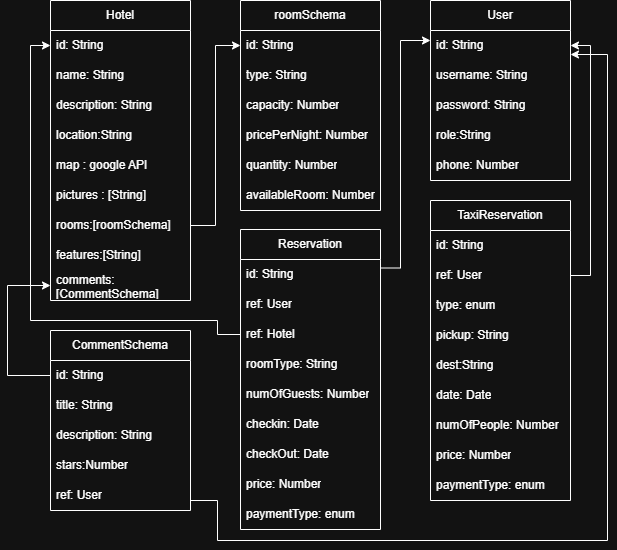
This is ERD.png from HawraMohammed/Hotel-Booking-System, a draw.io export, as it was before one commit. Source tidied: cells renumbered, new cells last; positions are measured from the earlier drawing's top-left corner, leaving out a move shared by most shapes.
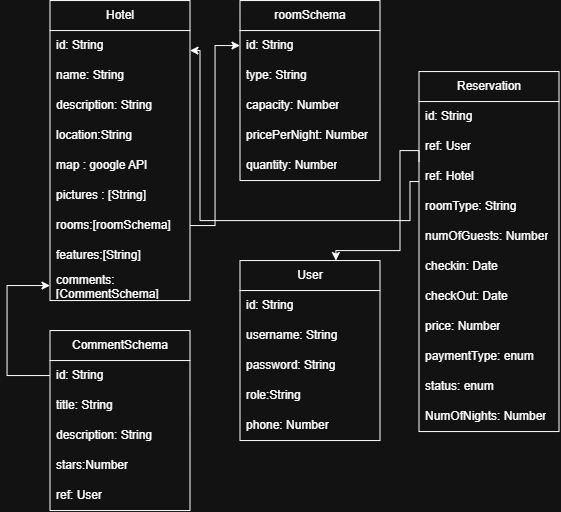
The same diagram one commit later.

Commit message:
update ERD diagram

What changed in the source:
```diff
@@ -33,7 +33,7 @@
       <mxGeometry y="270" width="140" height="30" as="geometry" />
     </mxCell>
     <mxCell id="12" value="roomSchema" style="swimlane;fontStyle=0;horizontal=1;startSize=30;whiteSpace=wrap;html=1;" parent="1" vertex="1">
-      <mxGeometry x="233" width="140" height="210" as="geometry" />
+      <mxGeometry x="233" width="140" height="180" as="geometry" />
     </mxCell>
     <mxCell id="13" value="id: String" style="text;strokeColor=none;fillColor=none;align=left;verticalAlign=middle;spacingLeft=4;spacingRight=4;overflow=hidden;points=[[0,0.5],[1,0.5]];portConstraint=eastwest;whiteSpace=wrap;html=1;" parent="12" vertex="1">
       <mxGeometry y="30" width="140" height="30" as="geometry" />
@@ -50,14 +50,11 @@
     <mxCell id="17" value="quantity: Number" style="text;strokeColor=none;fillColor=none;align=left;verticalAlign=middle;spacingLeft=4;spacingRight=4;overflow=hidden;whiteSpace=wrap;html=1;" parent="12" vertex="1">
       <mxGeometry y="150" width="140" height="30" as="geometry" />
     </mxCell>
-    <mxCell id="18" value="availableRoom: Number" style="text;strokeColor=none;fillColor=none;align=left;verticalAlign=middle;spacingLeft=4;spacingRight=4;overflow=hidden;whiteSpace=wrap;html=1;" parent="12" vertex="1">
-      <mxGeometry y="180" width="140" height="30" as="geometry" />
-    </mxCell>
     <mxCell id="19" style="edgeStyle=orthogonalEdgeStyle;rounded=0;jettySize=auto;html=1;exitX=1;exitY=0.5;exitDx=0;exitDy=0;" parent="1" edge="1" source="9" target="13">
       <mxGeometry relative="1" as="geometry" />
     </mxCell>
     <mxCell id="20" value="User" style="swimlane;fontStyle=0;horizontal=1;startSize=30;whiteSpace=wrap;html=1;" parent="1" vertex="1">
-      <mxGeometry x="423" width="140" height="180" as="geometry" />
+      <mxGeometry x="233" y="260" width="140" height="180" as="geometry" />
     </mxCell>
     <mxCell id="21" value="id: String" style="text;strokeColor=none;fillColor=none;align=left;verticalAlign=middle;spacingLeft=4;spacingRight=4;overflow=hidden;whiteSpace=wrap;html=1;" parent="20" vertex="1">
       <mxGeometry y="30" width="140" height="30" as="geometry" />
@@ -74,17 +71,18 @@
     <mxCell id="25" value="phone: Number" style="text;strokeColor=none;fillColor=none;align=left;verticalAlign=middle;spacingLeft=4;spacingRight=4;overflow=hidden;whiteSpace=wrap;html=1;" parent="20" vertex="1">
       <mxGeometry y="150" width="140" height="30" as="geometry" />
     </mxCell>
-    <mxCell id="26" style="edgeStyle=orthogonalEdgeStyle;rounded=0;jettySize=auto;html=1;exitX=1;exitY=0.25;exitDx=0;exitDy=0;" parent="1" edge="1" source="27">
-      <mxGeometry relative="1" as="geometry">
-        <mxPoint x="423" y="40" as="targetPoint" />
-        <Array as="points">
-          <mxPoint x="393" y="267.5" />
-          <mxPoint x="393" y="40" />
-        </Array>
-      </mxGeometry>
-    </mxCell>
+    <mxCell id="57" style="edgeStyle=orthogonalEdgeStyle;rounded=0;jettySize=auto;html=1;exitX=0;exitY=0.25;exitDx=0;exitDy=0;entryX=0.685;entryY=0;entryDx=0;entryDy=0;entryPerimeter=0;" parent="1" edge="1" source="27" target="20">
+      <mxGeometry relative="1" as="geometry">
+        <Array as="points">
+          <mxPoint x="412" y="150.1" />
+          <mxPoint x="393" y="150.1" />
+          <mxPoint x="393" y="250.1" />
+          <mxPoint x="328.9" y="250.1" />
+        </Array>
+      </mxGeometry>
+    </mxCell>
     <mxCell id="27" value="Reservation" style="swimlane;fontStyle=0;horizontal=1;startSize=30;whiteSpace=wrap;html=1;" parent="1" vertex="1">
-      <mxGeometry x="233" y="229" width="140" height="300" as="geometry" />
+      <mxGeometry x="412" y="71" width="140" height="360" as="geometry" />
     </mxCell>
     <mxCell id="28" value="id: String" style="text;strokeColor=none;fillColor=none;align=left;verticalAlign=middle;spacingLeft=4;spacingRight=4;overflow=hidden;whiteSpace=wrap;html=1;" parent="27" vertex="1">
       <mxGeometry y="30" width="140" height="30" as="geometry" />
@@ -113,49 +111,12 @@
     <mxCell id="36" value="paymentType: enum" style="text;strokeColor=none;fillColor=none;align=left;verticalAlign=middle;spacingLeft=4;spacingRight=4;overflow=hidden;whiteSpace=wrap;html=1;" parent="27" vertex="1">
       <mxGeometry y="270" width="140" height="30" as="geometry" />
     </mxCell>
-    <mxCell id="37" style="edgeStyle=orthogonalEdgeStyle;rounded=0;jettySize=auto;html=1;exitX=1;exitY=0.25;exitDx=0;exitDy=0;entryX=1;entryY=0.25;entryDx=0;entryDy=0;" parent="1" edge="1" source="38" target="20">
-      <mxGeometry relative="1" as="geometry" />
-    </mxCell>
-    <mxCell id="38" value="TaxiReservation" style="swimlane;fontStyle=0;horizontal=1;startSize=30;whiteSpace=wrap;html=1;" parent="1" vertex="1">
-      <mxGeometry x="423" y="200" width="140" height="300" as="geometry" />
-    </mxCell>
-    <mxCell id="39" value="id: String" style="text;strokeColor=none;fillColor=none;align=left;verticalAlign=middle;spacingLeft=4;spacingRight=4;overflow=hidden;whiteSpace=wrap;html=1;" parent="38" vertex="1">
-      <mxGeometry y="30" width="140" height="30" as="geometry" />
-    </mxCell>
-    <mxCell id="40" value="ref: User" style="text;strokeColor=none;fillColor=none;align=left;verticalAlign=middle;spacingLeft=4;spacingRight=4;overflow=hidden;whiteSpace=wrap;html=1;" parent="38" vertex="1">
-      <mxGeometry y="60" width="140" height="30" as="geometry" />
-    </mxCell>
-    <mxCell id="41" value="type: enum" style="text;strokeColor=none;fillColor=none;align=left;verticalAlign=middle;spacingLeft=4;spacingRight=4;overflow=hidden;whiteSpace=wrap;html=1;" parent="38" vertex="1">
-      <mxGeometry y="90" width="140" height="30" as="geometry" />
-    </mxCell>
-    <mxCell id="42" value="pickup: String" style="text;strokeColor=none;fillColor=none;align=left;verticalAlign=middle;spacingLeft=4;spacingRight=4;overflow=hidden;whiteSpace=wrap;html=1;" parent="38" vertex="1">
-      <mxGeometry y="120" width="140" height="30" as="geometry" />
-    </mxCell>
-    <mxCell id="43" value="dest:String" style="text;strokeColor=none;fillColor=none;align=left;verticalAlign=middle;spacingLeft=4;spacingRight=4;overflow=hidden;whiteSpace=wrap;html=1;" parent="38" vertex="1">
-      <mxGeometry y="150" width="140" height="30" as="geometry" />
-    </mxCell>
-    <mxCell id="44" value="date: Date" style="text;strokeColor=none;fillColor=none;align=left;verticalAlign=middle;spacingLeft=4;spacingRight=4;overflow=hidden;whiteSpace=wrap;html=1;" parent="38" vertex="1">
-      <mxGeometry y="180" width="140" height="30" as="geometry" />
-    </mxCell>
-    <mxCell id="45" value="numOfPeople: Number" style="text;strokeColor=none;fillColor=none;align=left;verticalAlign=middle;spacingLeft=4;spacingRight=4;overflow=hidden;whiteSpace=wrap;html=1;" parent="38" vertex="1">
-      <mxGeometry y="210" width="140" height="30" as="geometry" />
-    </mxCell>
-    <mxCell id="46" value="price: Number" style="text;strokeColor=none;fillColor=none;align=left;verticalAlign=middle;spacingLeft=4;spacingRight=4;overflow=hidden;whiteSpace=wrap;html=1;" parent="38" vertex="1">
-      <mxGeometry y="240" width="140" height="30" as="geometry" />
-    </mxCell>
-    <mxCell id="47" value="paymentType: enum" style="text;strokeColor=none;fillColor=none;align=left;verticalAlign=middle;spacingLeft=4;spacingRight=4;overflow=hidden;whiteSpace=wrap;html=1;" parent="38" vertex="1">
-      <mxGeometry y="270" width="140" height="30" as="geometry" />
-    </mxCell>
-    <mxCell id="48" style="edgeStyle=orthogonalEdgeStyle;rounded=0;jettySize=auto;html=1;entryX=0;entryY=0.5;entryDx=0;entryDy=0;" parent="1" edge="1" source="30" target="3">
-      <mxGeometry relative="1" as="geometry">
-        <Array as="points">
-          <mxPoint x="210" y="334" />
-          <mxPoint x="210" y="320" />
-          <mxPoint x="23" y="320" />
-          <mxPoint x="23" y="45" />
-        </Array>
-      </mxGeometry>
-    </mxCell>
+    <mxCell id="58" value="status: enum" style="text;strokeColor=none;fillColor=none;align=left;verticalAlign=middle;spacingLeft=4;spacingRight=4;overflow=hidden;whiteSpace=wrap;html=1;" parent="27" vertex="1">
+      <mxGeometry y="300" width="140" height="30" as="geometry" />
+    </mxCell>
+    <mxCell id="59" value="NumOfNights: Number" style="text;strokeColor=none;fillColor=none;align=left;verticalAlign=middle;spacingLeft=4;spacingRight=4;overflow=hidden;whiteSpace=wrap;html=1;" parent="27" vertex="1">
+      <mxGeometry y="330" width="140" height="30" as="geometry" />
+    </mxCell>
     <mxCell id="49" style="edgeStyle=orthogonalEdgeStyle;rounded=0;jettySize=auto;html=1;exitX=0;exitY=0.25;exitDx=0;exitDy=0;entryX=0;entryY=0.5;entryDx=0;entryDy=0;" parent="1" edge="1" source="50" target="11">
       <mxGeometry relative="1" as="geometry">
         <Array as="points">
@@ -182,18 +143,17 @@
     <mxCell id="55" value="ref: User" style="text;strokeColor=none;fillColor=none;align=left;verticalAlign=middle;spacingLeft=4;spacingRight=4;overflow=hidden;whiteSpace=wrap;html=1;" parent="50" vertex="1">
       <mxGeometry y="150" width="140" height="30" as="geometry" />
     </mxCell>
-    <mxCell id="56" style="edgeStyle=orthogonalEdgeStyle;rounded=0;orthogonalLoop=1;jettySize=auto;html=1;entryX=1;entryY=0.5;entryDx=0;entryDy=0;" parent="1" edge="1">
-      <mxGeometry relative="1" as="geometry">
-        <mxPoint x="183" y="504" as="sourcePoint" />
-        <mxPoint x="563" y="54" as="targetPoint" />
-        <Array as="points">
-          <mxPoint x="183" y="500" />
-          <mxPoint x="210" y="500" />
-          <mxPoint x="210" y="540" />
-          <mxPoint x="600" y="540" />
-          <mxPoint x="600" y="54" />
-        </Array>
-      </mxGeometry>
-    </mxCell>
+    <mxCell id="60" style="edgeStyle=orthogonalEdgeStyle;rounded=0;orthogonalLoop=1;jettySize=auto;html=1;entryX=1;entryY=0.5;entryDx=0;entryDy=0;exitX=0;exitY=0.5;exitDx=0;exitDy=0;" parent="1" edge="1">
+      <mxGeometry relative="1" as="geometry">
+        <mxPoint x="412" y="181" as="sourcePoint" />
+        <mxPoint x="183" y="50" as="targetPoint" />
+        <Array as="points">
+          <mxPoint x="403" y="181" />
+          <mxPoint x="403" y="220.1" />
+          <mxPoint x="193" y="220.1" />
+          <mxPoint x="193" y="50" />
+        </Array>
+      </mxGeometry>
+    </mxCell>
   </root>
 </mxGraphModel>
```
